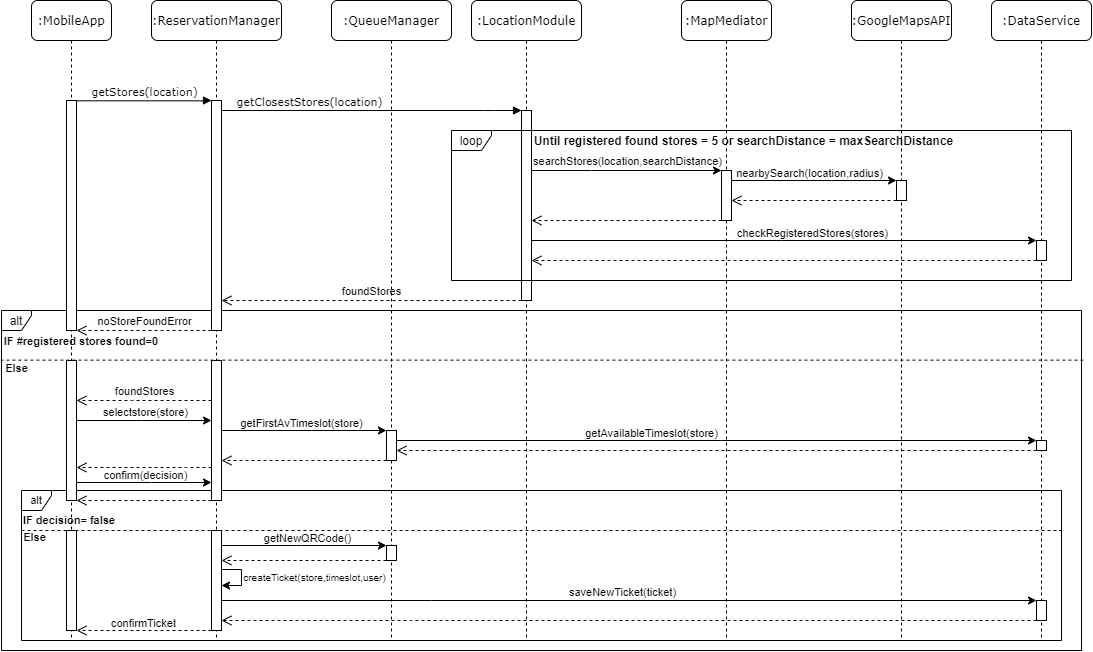
This is DD document/sequence Diagrams/bookTicketSeq.png from EtionPinari/PinariRomeoSbrolli, a draw.io export, as it was before one commit. Source tidied: cells renumbered, new cells last; positions are measured from the earlier drawing's top-left corner, leaving out a move shared by most shapes.
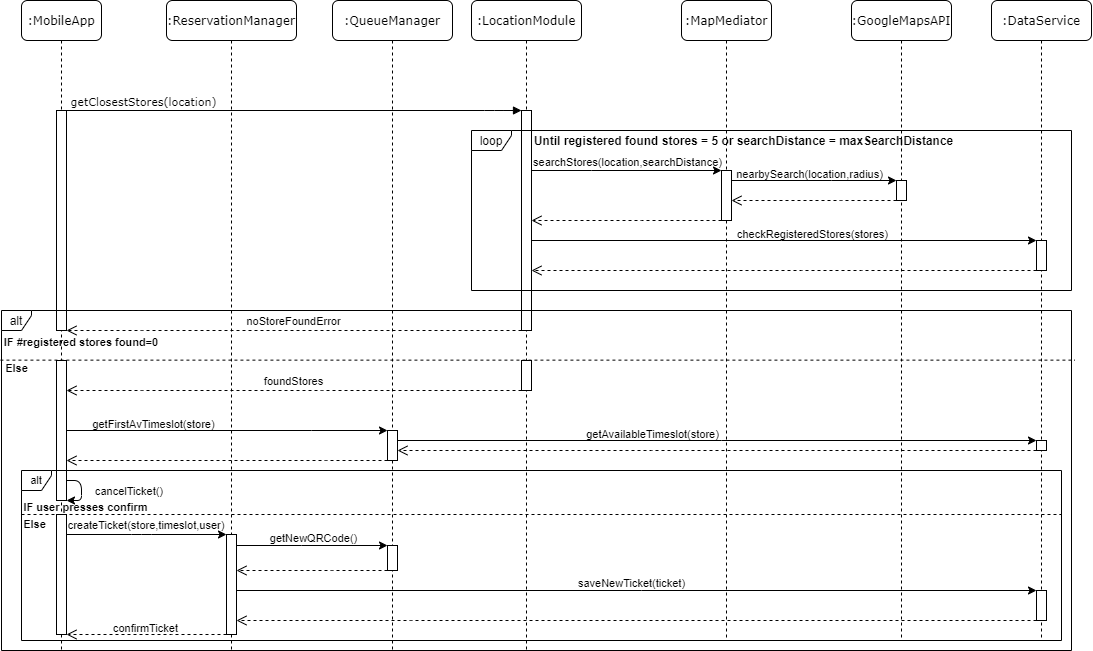
After the change.

Commit message:
added Sequence Diagrams

Change to the diagram source:
```diff
@@ -2,52 +2,30 @@
   <root>
     <mxCell id="0" />
     <mxCell id="1" parent="0" />
-    <mxCell id="2" value="alt" style="shape=umlFrame;whiteSpace=wrap;html=1;labelBackgroundColor=none;fontSize=11;width=30;height=20;" parent="1" vertex="1">
-      <mxGeometry x="20" y="490" width="1040" height="150" as="geometry" />
-    </mxCell>
-    <mxCell id="3" value="alt" style="shape=umlFrame;whiteSpace=wrap;html=1;labelBackgroundColor=none;width=30;height=20;" parent="1" vertex="1">
-      <mxGeometry y="310" width="1080" height="340" as="geometry" />
-    </mxCell>
     <mxCell id="4" value=":ReservationManager" style="shape=umlLifeline;perimeter=lifelinePerimeter;whiteSpace=wrap;html=1;rounded=1;shadow=0;comic=0;labelBackgroundColor=none;strokeWidth=1;fontFamily=Verdana;fontSize=12;align=center;" parent="1" vertex="1">
-      <mxGeometry x="150" width="130" height="640" as="geometry" />
+      <mxGeometry x="165" width="130" height="650" as="geometry" />
     </mxCell>
-    <mxCell id="5" style="html=1;points=[];perimeter=orthogonalPerimeter;rounded=0;shadow=0;comic=0;labelBackgroundColor=none;strokeWidth=1;fontFamily=Verdana;fontSize=12;align=center;" parent="4" vertex="1">
-      <mxGeometry x="60" y="100" width="10" height="230" as="geometry" />
-    </mxCell>
-    <mxCell id="6" style="html=1;points=[];perimeter=orthogonalPerimeter;rounded=0;shadow=0;comic=0;labelBackgroundColor=none;strokeWidth=1;fontFamily=Verdana;fontSize=12;align=center;" parent="4" vertex="1">
-      <mxGeometry x="60" y="360" width="10" height="140" as="geometry" />
-    </mxCell>
     <mxCell id="7" style="html=1;points=[];perimeter=orthogonalPerimeter;rounded=0;shadow=0;comic=0;labelBackgroundColor=none;strokeWidth=1;fontFamily=Verdana;fontSize=12;align=center;" parent="4" vertex="1">
-      <mxGeometry x="60" y="530" width="10" height="100" as="geometry" />
+      <mxGeometry x="60" y="534" width="10" height="100" as="geometry" />
     </mxCell>
-    <mxCell id="8" style="edgeStyle=orthogonalEdgeStyle;rounded=0;orthogonalLoop=1;jettySize=auto;html=1;fontSize=11;" parent="4" edge="1" source="7" target="7">
-      <mxGeometry relative="1" as="geometry">
-        <Array as="points">
-          <mxPoint x="90" y="569" />
-          <mxPoint x="90" y="585" />
-        </Array>
-      </mxGeometry>
-    </mxCell>
-    <mxCell id="9" value="createTicket(store,timeslot,user)" style="edgeLabel;html=1;align=center;verticalAlign=middle;fontSize=10;labelBackgroundColor=none;" parent="8" vertex="1">
-      <mxGeometry x="0.23" relative="1" as="geometry">
-        <mxPoint x="73" y="-6.3" as="offset" />
-      </mxGeometry>
-    </mxCell>
     <mxCell id="10" value=":QueueManager" style="shape=umlLifeline;perimeter=lifelinePerimeter;whiteSpace=wrap;html=1;rounded=1;shadow=0;comic=0;labelBackgroundColor=none;strokeWidth=1;fontFamily=Verdana;fontSize=12;align=center;" parent="1" vertex="1">
-      <mxGeometry x="330" width="120" height="640" as="geometry" />
+      <mxGeometry x="331" width="120" height="650" as="geometry" />
     </mxCell>
     <mxCell id="11" style="html=1;points=[];perimeter=orthogonalPerimeter;rounded=0;shadow=0;comic=0;labelBackgroundColor=none;strokeWidth=1;fontFamily=Verdana;fontSize=12;align=center;" parent="10" vertex="1">
       <mxGeometry x="55" y="430" width="10" height="30" as="geometry" />
     </mxCell>
     <mxCell id="12" style="html=1;points=[];perimeter=orthogonalPerimeter;rounded=0;shadow=0;comic=0;labelBackgroundColor=none;strokeWidth=1;fontFamily=Verdana;fontSize=12;align=center;" parent="10" vertex="1">
-      <mxGeometry x="55" y="545" width="10" height="15" as="geometry" />
+      <mxGeometry x="55" y="545" width="10" height="25" as="geometry" />
     </mxCell>
     <mxCell id="13" value=":LocationModule" style="shape=umlLifeline;perimeter=lifelinePerimeter;whiteSpace=wrap;html=1;rounded=1;shadow=0;comic=0;labelBackgroundColor=none;strokeWidth=1;fontFamily=Verdana;fontSize=12;align=center;" parent="1" vertex="1">
-      <mxGeometry x="470" width="110" height="640" as="geometry" />
+      <mxGeometry x="470" width="110" height="650" as="geometry" />
     </mxCell>
     <mxCell id="14" style="html=1;points=[];perimeter=orthogonalPerimeter;rounded=0;shadow=0;comic=0;labelBackgroundColor=none;strokeWidth=1;fontFamily=Verdana;fontSize=12;align=center;" parent="13" vertex="1">
-      <mxGeometry x="50" y="110" width="10" height="190" as="geometry" />
+      <mxGeometry x="50" y="110" width="10" height="220" as="geometry" />
     </mxCell>
+    <mxCell id="69" style="html=1;points=[];perimeter=orthogonalPerimeter;rounded=0;shadow=0;comic=0;labelBackgroundColor=none;strokeWidth=1;fontFamily=Verdana;fontSize=12;align=center;" parent="13" vertex="1">
+      <mxGeometry x="50" y="360" width="10" height="30" as="geometry" />
+    </mxCell>
     <mxCell id="15" value=":MapMediator" style="shape=umlLifeline;perimeter=lifelinePerimeter;whiteSpace=wrap;html=1;rounded=1;shadow=0;comic=0;labelBackgroundColor=none;strokeWidth=1;fontFamily=Verdana;fontSize=12;align=center;" parent="1" vertex="1">
       <mxGeometry x="680" width="90" height="640" as="geometry" />
     </mxCell>
@@ -64,28 +42,35 @@
       <mxGeometry x="990" width="100" height="640" as="geometry" />
     </mxCell>
     <mxCell id="20" style="html=1;points=[];perimeter=orthogonalPerimeter;rounded=0;shadow=0;comic=0;labelBackgroundColor=none;strokeWidth=1;fontFamily=Verdana;fontSize=12;align=center;" parent="19" vertex="1">
-      <mxGeometry x="45" y="240" width="10" height="20" as="geometry" />
+      <mxGeometry x="45" y="240" width="10" height="30" as="geometry" />
     </mxCell>
     <mxCell id="21" style="html=1;points=[];perimeter=orthogonalPerimeter;rounded=0;shadow=0;comic=0;labelBackgroundColor=none;strokeWidth=1;fontFamily=Verdana;fontSize=12;align=center;" parent="19" vertex="1">
       <mxGeometry x="45" y="440" width="10" height="10" as="geometry" />
     </mxCell>
     <mxCell id="22" value=":MobileApp" style="shape=umlLifeline;perimeter=lifelinePerimeter;whiteSpace=wrap;html=1;rounded=1;shadow=0;comic=0;labelBackgroundColor=none;strokeWidth=1;fontFamily=Verdana;fontSize=12;align=center;" parent="1" vertex="1">
-      <mxGeometry x="30" width="80" height="640" as="geometry" />
+      <mxGeometry x="20" width="80" height="650" as="geometry" />
     </mxCell>
     <mxCell id="23" style="html=1;points=[];perimeter=orthogonalPerimeter;rounded=0;shadow=0;comic=0;labelBackgroundColor=none;strokeWidth=1;fontFamily=Verdana;fontSize=12;align=center;" parent="22" vertex="1">
-      <mxGeometry x="35" y="100" width="10" height="230" as="geometry" />
+      <mxGeometry x="35" y="110" width="10" height="220" as="geometry" />
     </mxCell>
     <mxCell id="24" style="html=1;points=[];perimeter=orthogonalPerimeter;rounded=0;shadow=0;comic=0;labelBackgroundColor=none;strokeWidth=1;fontFamily=Verdana;fontSize=12;align=center;" parent="22" vertex="1">
       <mxGeometry x="35" y="360" width="10" height="140" as="geometry" />
     </mxCell>
     <mxCell id="25" style="html=1;points=[];perimeter=orthogonalPerimeter;rounded=0;shadow=0;comic=0;labelBackgroundColor=none;strokeWidth=1;fontFamily=Verdana;fontSize=12;align=center;" parent="22" vertex="1">
-      <mxGeometry x="35" y="530" width="10" height="100" as="geometry" />
+      <mxGeometry x="35" y="514" width="10" height="120" as="geometry" />
     </mxCell>
-    <mxCell id="26" value="getStores(location)" style="html=1;verticalAlign=bottom;endArrow=block;entryX=0;entryY=0;labelBackgroundColor=none;fontFamily=Verdana;fontSize=11;edgeStyle=elbowEdgeStyle;elbow=vertical;" parent="1" edge="1" source="23" target="5">
-      <mxGeometry relative="1" as="geometry" />
-    </mxCell>
+    <mxCell id="70" style="endArrow=classic;html=1;" parent="22" edge="1">
+      <mxGeometry relative="1" as="geometry">
+        <mxPoint x="45" y="480" as="sourcePoint" />
+        <mxPoint x="45" y="500" as="targetPoint" />
+        <Array as="points">
+          <mxPoint x="60" y="480" />
+          <mxPoint x="60" y="500" />
+        </Array>
+      </mxGeometry>
+    </mxCell>
-    <mxCell id="27" value="getClosestStores(location)" style="html=1;verticalAlign=bottom;endArrow=block;labelBackgroundColor=none;fontFamily=Verdana;fontSize=11;edgeStyle=elbowEdgeStyle;elbow=vertical;" parent="1" edge="1" source="5" target="14">
-      <mxGeometry x="-0.41" relative="1" as="geometry">
+    <mxCell id="27" value="getClosestStores(location)" style="html=1;verticalAlign=bottom;endArrow=block;labelBackgroundColor=none;fontFamily=Verdana;fontSize=11;edgeStyle=elbowEdgeStyle;elbow=vertical;" parent="1" edge="1" source="23" target="14">
+      <mxGeometry x="-0.66" relative="1" as="geometry">
         <Array as="points">
           <mxPoint x="493" y="110" />
           <mxPoint x="643" y="120" />
@@ -148,24 +133,21 @@
         <mxPoint x="21.4" y="-7" as="offset" />
       </mxGeometry>
     </mxCell>
-    <mxCell id="37" style="html=1;verticalAlign=bottom;endArrow=open;dashed=1;endSize=8;" parent="1" edge="1" source="20" target="14">
+    <mxCell id="37" style="html=1;verticalAlign=bottom;endArrow=open;dashed=1;endSize=8;" parent="1" edge="1">
       <mxGeometry relative="1" as="geometry">
+        <mxPoint x="1035" y="270" as="sourcePoint" />
+        <mxPoint x="530" y="270" as="targetPoint" />
         <Array as="points">
-          <mxPoint x="690" y="260" />
+          <mxPoint x="870" y="270" />
+          <mxPoint x="810" y="270" />
+          <mxPoint x="690" y="270" />
         </Array>
       </mxGeometry>
     </mxCell>
     <mxCell id="38" value="IF #registered stores found=0" style="text;html=1;strokeColor=none;fillColor=none;align=center;verticalAlign=middle;whiteSpace=wrap;rounded=0;labelBackgroundColor=none;fontStyle=1;fontSize=11;" parent="1" vertex="1">
       <mxGeometry x="1" y="330" width="158" height="23" as="geometry" />
     </mxCell>
-    <mxCell id="39" value="foundStores" style="html=1;verticalAlign=bottom;endArrow=open;dashed=1;endSize=8;fontSize=11;labelBackgroundColor=none;" parent="1" edge="1" source="14" target="5">
-      <mxGeometry relative="1" as="geometry">
-        <Array as="points">
-          <mxPoint x="460" y="300" />
-        </Array>
-      </mxGeometry>
-    </mxCell>
-    <mxCell id="40" value="noStoreFoundError" style="html=1;verticalAlign=bottom;endArrow=open;dashed=1;endSize=8;fontSize=11;labelBackgroundColor=none;" parent="1" edge="1" source="5" target="23">
+    <mxCell id="40" value="noStoreFoundError" style="html=1;verticalAlign=bottom;endArrow=open;dashed=1;endSize=8;fontSize=11;labelBackgroundColor=none;" parent="1" edge="1" source="14" target="23">
       <mxGeometry relative="1" as="geometry">
         <Array as="points">
           <mxPoint x="150" y="330" />
@@ -178,30 +160,16 @@
     <mxCell id="42" value="Else" style="text;html=1;strokeColor=none;fillColor=none;align=center;verticalAlign=middle;whiteSpace=wrap;rounded=0;labelBackgroundColor=none;fontStyle=1;fontSize=11;" parent="1" vertex="1">
       <mxGeometry x="1" y="361" width="29" height="13" as="geometry" />
     </mxCell>
-    <mxCell id="43" value="foundStores" style="html=1;verticalAlign=bottom;endArrow=open;dashed=1;endSize=8;fontSize=11;labelBackgroundColor=none;" parent="1" edge="1" source="6" target="24">
+    <mxCell id="43" value="foundStores" style="html=1;verticalAlign=bottom;endArrow=open;dashed=1;endSize=8;fontSize=11;labelBackgroundColor=none;" parent="1" edge="1" source="69" target="24">
       <mxGeometry relative="1" as="geometry">
         <Array as="points">
-          <mxPoint x="140" y="400" />
+          <mxPoint x="330" y="390" />
+          <mxPoint x="150" y="390" />
         </Array>
       </mxGeometry>
     </mxCell>
-    <mxCell id="44" style="edgeStyle=orthogonalEdgeStyle;rounded=0;jettySize=auto;html=1;fontSize=11;" parent="1" edge="1" source="24">
-      <mxGeometry relative="1" as="geometry">
-        <mxPoint x="210" y="420" as="targetPoint" />
-        <Array as="points">
-          <mxPoint x="140" y="420" />
-          <mxPoint x="140" y="420" />
-        </Array>
-      </mxGeometry>
-    </mxCell>
-    <mxCell id="45" value="selectstore(store)" style="edgeLabel;html=1;align=center;verticalAlign=middle;fontSize=11;labelBackgroundColor=none;" parent="44" vertex="1">
-      <mxGeometry x="0.09" relative="1" as="geometry">
-        <mxPoint x="-4.3" y="-8" as="offset" />
-      </mxGeometry>
-    </mxCell>
-    <mxCell id="46" style="edgeStyle=orthogonalEdgeStyle;rounded=0;jettySize=auto;html=1;fontSize=11;" parent="1" edge="1" target="11">
+    <mxCell id="46" style="edgeStyle=orthogonalEdgeStyle;rounded=0;jettySize=auto;html=1;fontSize=11;" parent="1" edge="1" source="24" target="11">
       <mxGeometry relative="1" as="geometry">
-        <mxPoint x="220" y="430" as="sourcePoint" />
         <Array as="points">
           <mxPoint x="310" y="430" />
           <mxPoint x="310" y="430" />
@@ -210,59 +178,27 @@
     </mxCell>
     <mxCell id="47" value="getFirstAvTimeslot(store)" style="edgeLabel;html=1;align=center;verticalAlign=middle;fontSize=11;labelBackgroundColor=none;" parent="46" vertex="1">
       <mxGeometry x="0.13" y="-1" relative="1" as="geometry">
-        <mxPoint x="-14.1" y="-8" as="offset" />
+        <mxPoint x="-95.8" y="-8" as="offset" />
       </mxGeometry>
     </mxCell>
-    <mxCell id="48" style="html=1;verticalAlign=bottom;endArrow=open;dashed=1;endSize=8;fontSize=11;" parent="1" edge="1" source="11" target="6">
+    <mxCell id="48" style="html=1;verticalAlign=bottom;endArrow=open;dashed=1;endSize=8;fontSize=11;" parent="1" edge="1" source="11" target="24">
       <mxGeometry relative="1" as="geometry">
         <Array as="points">
           <mxPoint x="315" y="460" />
         </Array>
       </mxGeometry>
     </mxCell>
-    <mxCell id="49" style="html=1;verticalAlign=bottom;endArrow=open;dashed=1;endSize=8;fontSize=11;" parent="1" edge="1">
-      <mxGeometry relative="1" as="geometry">
-        <mxPoint x="210" y="467" as="sourcePoint" />
-        <mxPoint x="75" y="467" as="targetPoint" />
-        <Array as="points">
-          <mxPoint x="175" y="467" />
-        </Array>
-      </mxGeometry>
-    </mxCell>
-    <mxCell id="50" style="edgeStyle=orthogonalEdgeStyle;rounded=0;orthogonalLoop=1;jettySize=auto;html=1;fontSize=11;" parent="1" edge="1">
-      <mxGeometry relative="1" as="geometry">
-        <mxPoint x="75" y="482" as="sourcePoint" />
-        <mxPoint x="210" y="482" as="targetPoint" />
-        <Array as="points">
-          <mxPoint x="150" y="482" />
-          <mxPoint x="150" y="482" />
-        </Array>
-      </mxGeometry>
-    </mxCell>
-    <mxCell id="51" value="confirm(decision)" style="edgeLabel;html=1;align=center;verticalAlign=middle;fontSize=11;labelBackgroundColor=none;" parent="50" vertex="1">
-      <mxGeometry x="0.1" y="2" relative="1" as="geometry">
-        <mxPoint x="-5.3" y="-5" as="offset" />
-      </mxGeometry>
-    </mxCell>
-    <mxCell id="52" value="IF decision= false" style="text;html=1;strokeColor=none;fillColor=none;align=center;verticalAlign=middle;whiteSpace=wrap;rounded=0;labelBackgroundColor=none;fontStyle=1;fontSize=11;" parent="1" vertex="1">
-      <mxGeometry x="19" y="513" width="98" height="13" as="geometry" />
+    <mxCell id="52" value="IF user presses confirm" style="text;html=1;strokeColor=none;fillColor=none;align=center;verticalAlign=middle;whiteSpace=wrap;rounded=0;labelBackgroundColor=none;fontStyle=1;fontSize=11;" parent="1" vertex="1">
+      <mxGeometry x="19" y="500" width="131" height="13" as="geometry" />
     </mxCell>
-    <mxCell id="53" style="html=1;verticalAlign=bottom;endArrow=open;dashed=1;endSize=8;fontSize=11;" parent="1" edge="1">
-      <mxGeometry relative="1" as="geometry">
-        <mxPoint x="210" y="500" as="sourcePoint" />
-        <mxPoint x="75" y="500" as="targetPoint" />
-        <Array as="points">
-          <mxPoint x="175" y="500" />
-        </Array>
-      </mxGeometry>
-    </mxCell>
-    <mxCell id="54" style="endArrow=none;dashed=1;html=1;fontSize=11;exitX=0;exitY=0;exitDx=0;exitDy=0;" parent="1" edge="1" source="55">
+    <mxCell id="54" style="endArrow=none;dashed=1;html=1;fontSize=11;exitX=0;exitY=0;exitDx=0;exitDy=0;" parent="1" edge="1">
       <mxGeometry relative="1" as="geometry">
-        <mxPoint x="1060" y="530" as="targetPoint" />
+        <mxPoint x="20" y="514" as="sourcePoint" />
+        <mxPoint x="1060" y="514" as="targetPoint" />
       </mxGeometry>
     </mxCell>
     <mxCell id="55" value="Else" style="text;html=1;strokeColor=none;fillColor=none;align=center;verticalAlign=middle;whiteSpace=wrap;rounded=0;labelBackgroundColor=none;fontStyle=1;fontSize=11;" parent="1" vertex="1">
-      <mxGeometry x="20" y="530" width="27" height="13" as="geometry" />
+      <mxGeometry x="20" y="517" width="27" height="13" as="geometry" />
     </mxCell>
     <mxCell id="56" style="edgeStyle=orthogonalEdgeStyle;rounded=0;jettySize=auto;html=1;fontSize=11;" parent="1" edge="1" source="7" target="12">
       <mxGeometry relative="1" as="geometry">
@@ -280,18 +216,18 @@
     <mxCell id="58" style="html=1;verticalAlign=bottom;endArrow=open;dashed=1;endSize=8;fontSize=11;" parent="1" edge="1" source="12" target="7">
       <mxGeometry relative="1" as="geometry">
         <Array as="points">
-          <mxPoint x="340" y="560" />
+          <mxPoint x="340" y="570" />
         </Array>
       </mxGeometry>
     </mxCell>
     <mxCell id="59" style="html=1;points=[];perimeter=orthogonalPerimeter;rounded=0;shadow=0;comic=0;labelBackgroundColor=none;strokeWidth=1;fontFamily=Verdana;fontSize=12;align=center;" parent="1" vertex="1">
-      <mxGeometry x="1035" y="600" width="10" height="20" as="geometry" />
+      <mxGeometry x="1035" y="590" width="10" height="30" as="geometry" />
     </mxCell>
     <mxCell id="60" style="edgeStyle=orthogonalEdgeStyle;rounded=0;jettySize=auto;html=1;fontSize=10;" parent="1" edge="1" source="7" target="59">
       <mxGeometry relative="1" as="geometry">
         <Array as="points">
-          <mxPoint x="430" y="600" />
-          <mxPoint x="430" y="600" />
+          <mxPoint x="640" y="590" />
+          <mxPoint x="640" y="590" />
         </Array>
       </mxGeometry>
     </mxCell>
@@ -310,7 +246,7 @@
     <mxCell id="63" style="html=1;verticalAlign=bottom;endArrow=open;dashed=1;endSize=8;fontSize=11;" parent="1" edge="1" source="7" target="25">
       <mxGeometry relative="1" as="geometry">
         <Array as="points">
-          <mxPoint x="180" y="630" />
+          <mxPoint x="180" y="634" />
         </Array>
       </mxGeometry>
     </mxCell>
@@ -339,8 +275,27 @@
         </Array>
       </mxGeometry>
     </mxCell>
+    <mxCell id="71" value="&lt;font style=&quot;font-size: 11px&quot;&gt;cancelTicket()&lt;/font&gt;" style="text;html=1;strokeColor=none;fillColor=none;align=center;verticalAlign=middle;whiteSpace=wrap;rounded=0;" parent="1" vertex="1">
+      <mxGeometry x="93" y="480" width="70" height="20" as="geometry" />
+    </mxCell>
+    <mxCell id="72" style="endArrow=classic;html=1;" parent="1" edge="1" source="25" target="7">
+      <mxGeometry relative="1" as="geometry">
+        <Array as="points">
+          <mxPoint x="140" y="534" />
+        </Array>
+      </mxGeometry>
+    </mxCell>
+    <mxCell id="9" value="&lt;font style=&quot;font-size: 11px&quot;&gt;createTicket(store,timeslot,user)&lt;/font&gt;" style="text;html=1;strokeColor=none;fillColor=none;align=center;verticalAlign=middle;whiteSpace=wrap;rounded=0;" parent="1" vertex="1">
+      <mxGeometry x="75" y="520" width="140" height="7" as="geometry" />
+    </mxCell>
+    <mxCell id="2" value="alt" style="shape=umlFrame;whiteSpace=wrap;html=1;labelBackgroundColor=none;fontSize=11;width=30;height=20;" parent="1" vertex="1">
+      <mxGeometry x="20" y="470" width="1040" height="170" as="geometry" />
+    </mxCell>
+    <mxCell id="3" value="alt" style="shape=umlFrame;whiteSpace=wrap;html=1;labelBackgroundColor=none;width=30;height=20;" parent="1" vertex="1">
+      <mxGeometry y="310" width="1070" height="340" as="geometry" />
+    </mxCell>
     <mxCell id="68" value="loop" style="shape=umlFrame;whiteSpace=wrap;html=1;fontSize=12;width=40;height=20;" parent="1" vertex="1">
-      <mxGeometry x="450" y="130" width="620" height="150" as="geometry" />
+      <mxGeometry x="470" y="130" width="600" height="160" as="geometry" />
     </mxCell>
   </root>
 </mxGraphModel>
```
